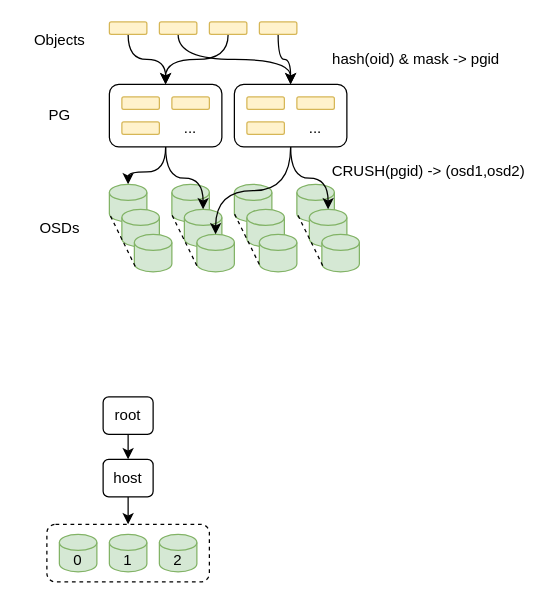
Before: ceph/ceph_cluster.drawio in EarthWind/deeparch, a draw.io diagram. Source tidied: cells renumbered, new cells numbered last; positions are measured from the earlier drawing's top-left corner, leaving out a move shared by most shapes. Both pictures are drawn from the tidied source at 125%, with x=0, y=0 at pixel (21, 21).
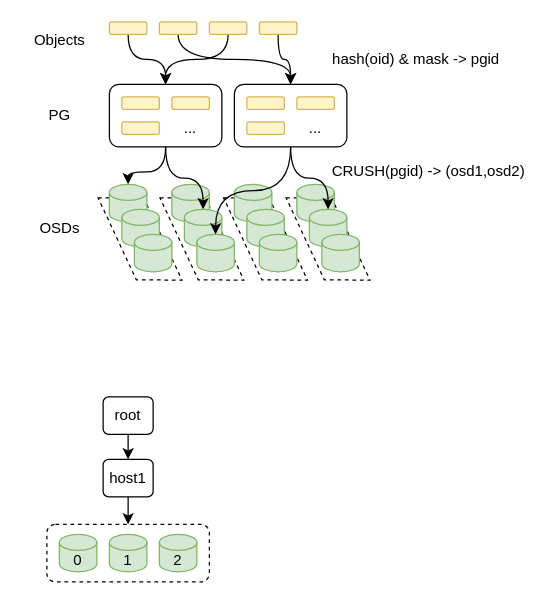
Above is the later version.

The change refers to these unchanged cells:
```xml
<mxCell id="24" style="shape=cylinder3;whiteSpace=wrap;html=1;boundedLbl=1;backgroundOutline=1;size=6.4285714285713595;fillColor=#d5e8d4;strokeColor=#82b366;" parent="1" vertex="1">
  <mxGeometry x="70" y="130" width="30" height="30" as="geometry" />
</mxCell>
<mxCell id="28" style="shape=cylinder3;whiteSpace=wrap;html=1;boundedLbl=1;backgroundOutline=1;size=6.4285714285713595;fillColor=#d5e8d4;strokeColor=#82b366;" parent="1" vertex="1">
  <mxGeometry x="90" y="170" width="30" height="30" as="geometry" />
</mxCell>
```

The edit, as a diff of the source:
```diff
@@
+    <mxCell id="53" style="shape=parallelogram;perimeter=parallelogramPerimeter;whiteSpace=wrap;html=1;fixedSize=1;rotation=65;size=15.773748425882104;dashed=1;" parent="1" vertex="1">
+      <mxGeometry x="200.9" y="157.2" width="88.1" height="33" as="geometry" />
+    </mxCell>
+    <mxCell id="54" style="shape=parallelogram;perimeter=parallelogramPerimeter;whiteSpace=wrap;html=1;fixedSize=1;rotation=65;size=15.773748425882104;dashed=1;" parent="1" vertex="1">
+      <mxGeometry x="150.9" y="157.2" width="88.1" height="33" as="geometry" />
+    </mxCell>
+    <mxCell id="55" style="shape=parallelogram;perimeter=parallelogramPerimeter;whiteSpace=wrap;html=1;fixedSize=1;rotation=65;size=15.773748425882104;dashed=1;" parent="1" vertex="1">
+      <mxGeometry x="100" y="157.2" width="88.1" height="33" as="geometry" />
+    </mxCell>
+    <mxCell id="56" style="shape=parallelogram;perimeter=parallelogramPerimeter;whiteSpace=wrap;html=1;fixedSize=1;rotation=65;size=15.773748425882104;dashed=1;" parent="1" vertex="1">
+      <mxGeometry x="50.5" y="157.2" width="88.1" height="33" as="geometry" />
+    </mxCell>
@@
-    <mxCell id="42" style="endArrow=none;dashed=1;html=1;rounded=0;curved=1;entryX=0;entryY=1;entryDx=0;entryDy=-6.4285714285713595;entryPerimeter=0;exitX=0.023;exitY=0.856;exitDx=0;exitDy=0;exitPerimeter=0;" parent="1" edge="1" source="28" target="24">
-      <mxGeometry relative="1" as="geometry" />
-    </mxCell>
-    <mxCell id="43" style="endArrow=none;dashed=1;html=1;rounded=0;curved=1;entryX=0;entryY=1;entryDx=0;entryDy=-6.4285714285713595;entryPerimeter=0;exitX=0.023;exitY=0.856;exitDx=0;exitDy=0;exitPerimeter=0;" parent="1" edge="1">
-      <mxGeometry relative="1" as="geometry">
-        <mxPoint x="140" y="195.1" as="sourcePoint" />
-        <mxPoint x="119.3" y="153" as="targetPoint" />
-      </mxGeometry>
-    </mxCell>
-    <mxCell id="44" style="endArrow=none;dashed=1;html=1;rounded=0;curved=1;entryX=0;entryY=1;entryDx=0;entryDy=-6.4285714285713595;entryPerimeter=0;exitX=0.023;exitY=0.856;exitDx=0;exitDy=0;exitPerimeter=0;" parent="1" edge="1">
-      <mxGeometry relative="1" as="geometry">
-        <mxPoint x="190" y="194.1" as="sourcePoint" />
-        <mxPoint x="169.3" y="152" as="targetPoint" />
-      </mxGeometry>
-    </mxCell>
-    <mxCell id="45" style="endArrow=none;dashed=1;html=1;rounded=0;curved=1;entryX=0;entryY=1;entryDx=0;entryDy=-6.4285714285713595;entryPerimeter=0;exitX=0.023;exitY=0.856;exitDx=0;exitDy=0;exitPerimeter=0;" parent="1" edge="1">
-      <mxGeometry relative="1" as="geometry">
-        <mxPoint x="240.7" y="195.1" as="sourcePoint" />
-        <mxPoint x="220" y="153" as="targetPoint" />
-      </mxGeometry>
-    </mxCell>
@@
-    <mxCell id="50" value="host" style="rounded=1;whiteSpace=wrap;html=1;" parent="1" vertex="1">
+    <mxCell id="50" value="host1" style="rounded=1;whiteSpace=wrap;html=1;" parent="1" vertex="1">
       <mxGeometry x="65" y="350" width="40" height="30" as="geometry" />
     </mxCell>
```
